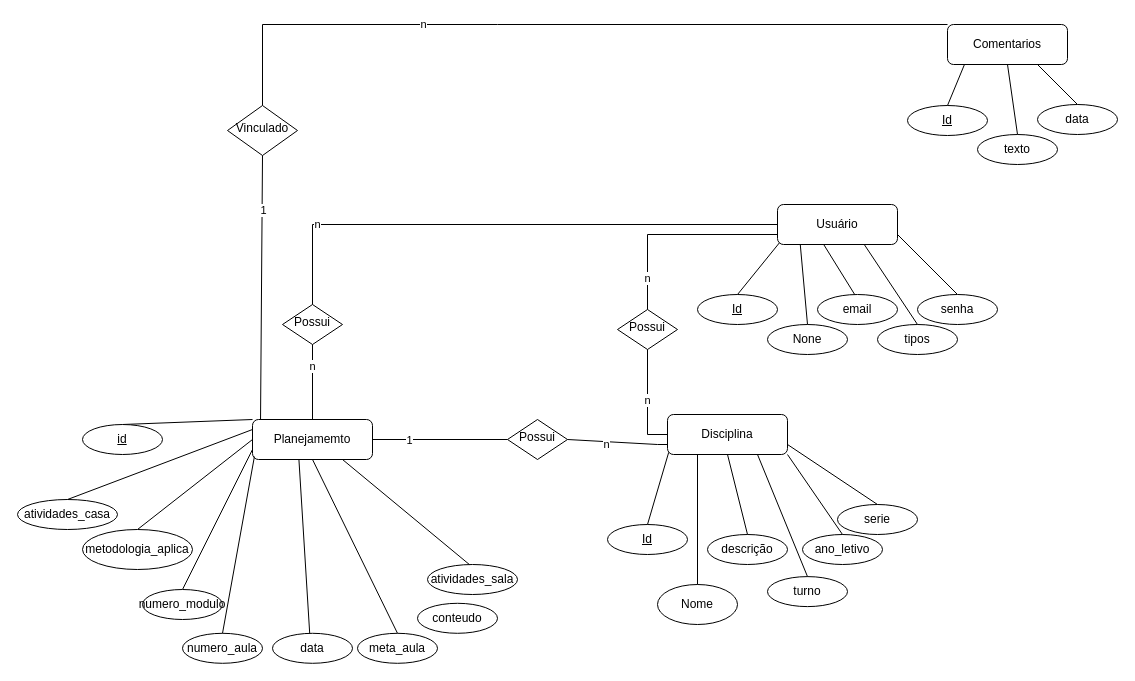
Above: MER.drawio in ecaf1/PofretrackDBDesign (draw.io), before the change. Source tidied: cells renumbered, new cells numbered last; positions are measured from the earlier drawing's top-left corner, leaving out a move shared by most shapes. Both pictures are drawn from the tidied source at 100%, with x=0, y=0 at pixel (17, 24).
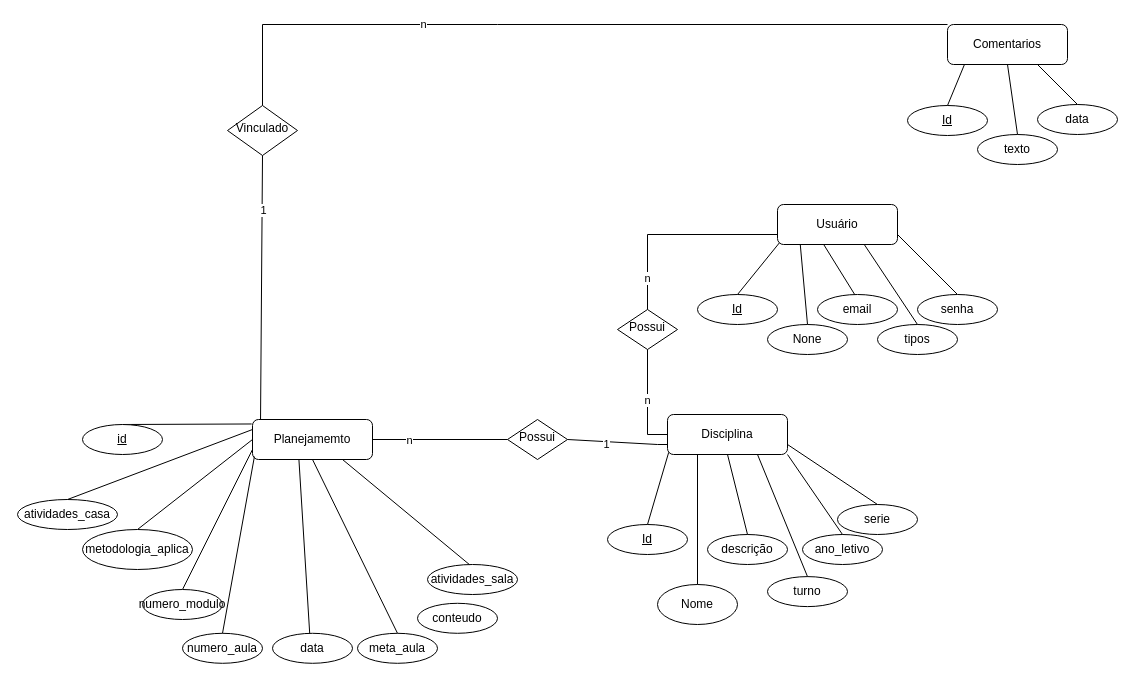
The same diagram, later.

The change refers to these unchanged cells:
```xml
<mxCell id="3" value="Usuário" style="rounded=1;whiteSpace=wrap;html=1;fontSize=12;glass=0;strokeWidth=1;shadow=0;" parent="1" vertex="1">
  <mxGeometry x="760" y="180" width="120" height="40" as="geometry" />
</mxCell>
<mxCell id="19" value="Planejamemto" style="rounded=1;whiteSpace=wrap;html=1;fontSize=12;glass=0;strokeWidth=1;shadow=0;" parent="1" vertex="1">
  <mxGeometry x="235" y="395" width="120" height="40" as="geometry" />
</mxCell>
<mxCell id="23" value="&lt;u&gt;id&lt;/u&gt;" style="ellipse;whiteSpace=wrap;html=1;" parent="1" vertex="1">
  <mxGeometry x="65" y="400" width="80" height="30" as="geometry" />
</mxCell>
<mxCell id="30" style="endArrow=none;html=1;rounded=0;entryX=1;entryY=0.5;entryDx=0;entryDy=0;exitX=0;exitY=0.5;exitDx=0;exitDy=0;" parent="1" edge="1" source="32" target="19">
  <mxGeometry relative="1" as="geometry" />
</mxCell>
<mxCell id="33" style="endArrow=none;html=1;rounded=0;exitX=0;exitY=0.75;exitDx=0;exitDy=0;entryX=1;entryY=0.5;entryDx=0;entryDy=0;" parent="1" edge="1" source="2" target="32">
  <mxGeometry relative="1" as="geometry">
    <Array as="points">
      <mxPoint x="640" y="420" />
    </Array>
  </mxGeometry>
</mxCell>
```

The edit, as a diff of the source:
```diff
@@
-    <mxCell id="21" style="endArrow=none;html=1;rounded=0;exitX=0.5;exitY=0;exitDx=0;exitDy=0;entryX=0;entryY=0;entryDx=0;entryDy=0;" parent="1" edge="1" source="23" target="19">
+    <mxCell id="21" style="endArrow=none;html=1;rounded=0;exitX=0.5;exitY=0;exitDx=0;exitDy=0;entryX=-0.007;entryY=0.112;entryDx=0;entryDy=0;entryPerimeter=0;" parent="1" edge="1" source="23" target="19">
       <mxGeometry relative="1" as="geometry" />
     </mxCell>
@@
-    <mxCell id="31" value="1" style="edgeLabel;html=1;align=center;verticalAlign=middle;" parent="30" vertex="1">
+    <mxCell id="31" value="n" style="edgeLabel;html=1;align=center;verticalAlign=middle;" parent="30" vertex="1">
       <mxGeometry x="0.47" relative="1" as="geometry" />
     </mxCell>
@@
-    <mxCell id="34" value="n" style="edgeLabel;html=1;align=center;verticalAlign=middle;" parent="33" vertex="1">
+    <mxCell id="34" value="1" style="edgeLabel;html=1;align=center;verticalAlign=middle;" parent="33" vertex="1">
       <mxGeometry x="0.22" y="2" relative="1" as="geometry" />
     </mxCell>
@@
-    <mxCell id="51" value="Possui" style="rhombus;whiteSpace=wrap;html=1;shadow=0;fontFamily=Helvetica;fontSize=12;align=center;strokeWidth=1;spacing=6;spacingTop=-4;" parent="1" vertex="1">
-      <mxGeometry x="265" y="280" width="60" height="40" as="geometry" />
-    </mxCell>
-    <mxCell id="52" style="endArrow=none;html=1;rounded=0;exitX=0.5;exitY=1;exitDx=0;exitDy=0;entryX=0.5;entryY=0;entryDx=0;entryDy=0;" parent="1" edge="1" target="19">
-      <mxGeometry relative="1" as="geometry">
-        <mxPoint x="295" y="320" as="sourcePoint" />
-      </mxGeometry>
-    </mxCell>
-    <mxCell id="53" value="n" style="edgeLabel;html=1;align=center;verticalAlign=middle;" parent="52" vertex="1">
-      <mxGeometry x="-0.43" y="-1" relative="1" as="geometry" />
-    </mxCell>
-    <mxCell id="54" style="endArrow=none;html=1;rounded=0;exitX=0.5;exitY=0;exitDx=0;exitDy=0;entryX=0;entryY=0.5;entryDx=0;entryDy=0;" parent="1" edge="1" source="51" target="3">
-      <mxGeometry relative="1" as="geometry">
-        <Array as="points">
-          <mxPoint x="295" y="200" />
-        </Array>
-      </mxGeometry>
-    </mxCell>
-    <mxCell id="55" value="n" style="edgeLabel;html=1;align=center;verticalAlign=middle;" parent="54" vertex="1">
-      <mxGeometry x="-0.69" y="1" relative="1" as="geometry" />
-    </mxCell>
```
